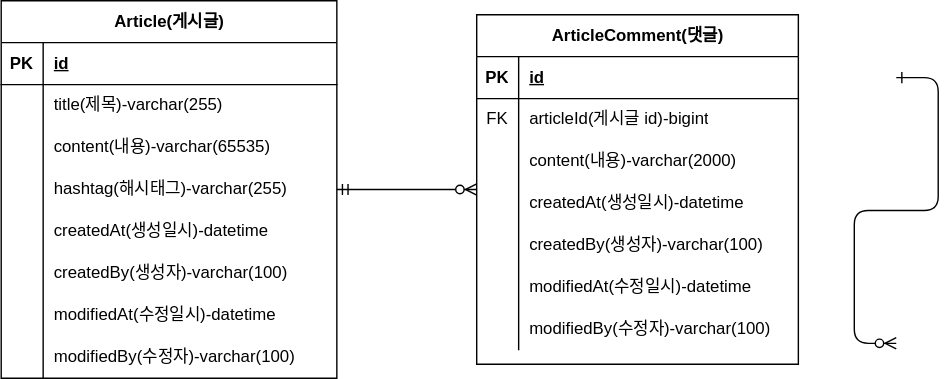
This is document/project-board-erd.drawio.svg from Kim-Hyeong-June/fastcampus-project-board, a draw.io export, as it was before one commit. Source tidied: cells renumbered, new cells last; positions are measured from the earlier drawing's top-left corner, leaving out a move shared by most shapes.
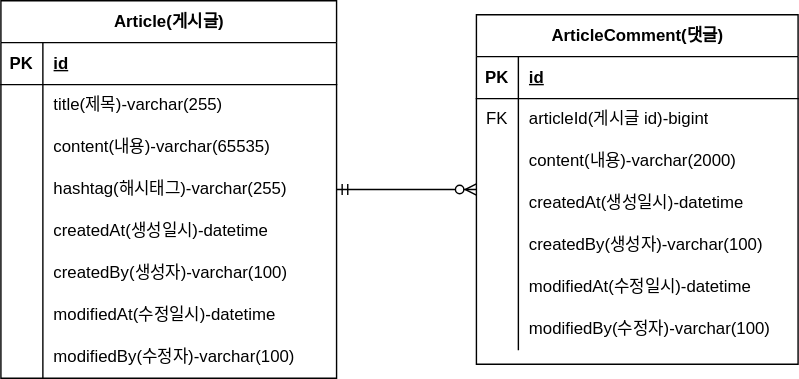
The same diagram one commit later.

The edit, as a diff of the source:
```diff
@@ -2,12 +2,6 @@
   <root>
     <mxCell id="0" />
     <mxCell id="1" parent="0" />
-    <mxCell id="2" style="edgeStyle=entityRelationEdgeStyle;endArrow=ERzeroToMany;startArrow=ERone;endFill=1;startFill=0;" parent="1" edge="1">
-      <mxGeometry relative="1" as="geometry">
-        <mxPoint x="640" y="55" as="sourcePoint" />
-        <mxPoint x="640" y="245" as="targetPoint" />
-      </mxGeometry>
-    </mxCell>
     <mxCell id="3" value="Article(게시글)" style="shape=table;startSize=30;rowLines=0;fontStyle=1;align=center;html=1;" parent="1" vertex="1">
       <mxGeometry width="240" height="270" as="geometry" />
     </mxCell>
```
